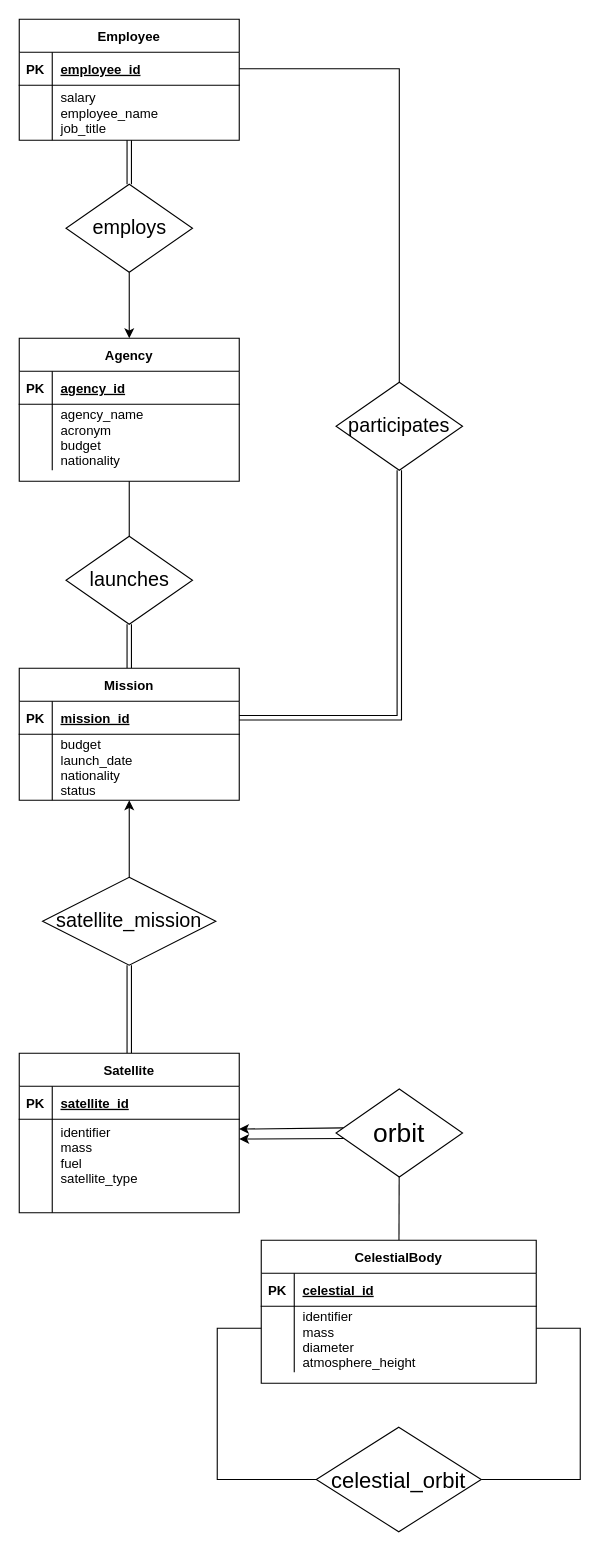
Above: conceptual_design.drawio in tacecapSx/satellite-database (draw.io), before the change. Source tidied: cells renumbered, new cells numbered last; positions are measured from the earlier drawing's top-left corner, leaving out a move shared by most shapes. Both pictures are drawn from the tidied source at 110%, with x=0, y=0 at pixel (19, 19).
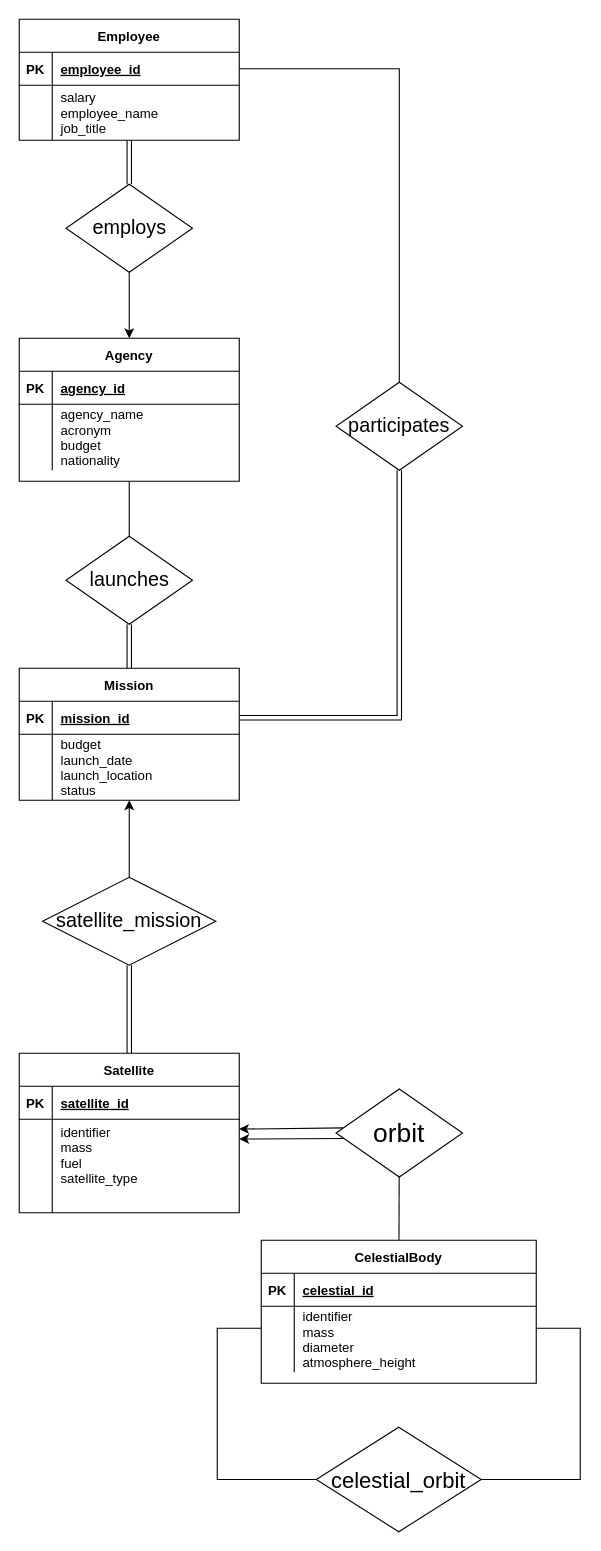
After the change.

Commit message (it also covers changes not shown here):
fixed diagrams, changed nationality field of mission to launch_location

Unchanged cells that the change refers to:
```xml
<mxCell id="47" style="shape=partialRectangle;fillColor=none;top=0;left=0;right=0;bottom=0;" parent="43" vertex="1">
  <mxGeometry y="60" width="200" height="60" as="geometry" />
</mxCell>
```

Diff of the diagram source:
```diff
@@
-    <mxCell id="49" value="budget&#10;launch_date&#10;nationality&#10;status" style="shape=partialRectangle;overflow=hidden;fillColor=none;top=0;left=0;bottom=0;right=0;align=left;spacingLeft=6;" parent="47" vertex="1">
+    <mxCell id="49" value="budget&#10;launch_date&#10;launch_location&#10;status" style="shape=partialRectangle;overflow=hidden;fillColor=none;top=0;left=0;bottom=0;right=0;align=left;spacingLeft=6;" parent="47" vertex="1">
       <mxGeometry x="30" width="170" height="60" as="geometry" />
     </mxCell>
```
